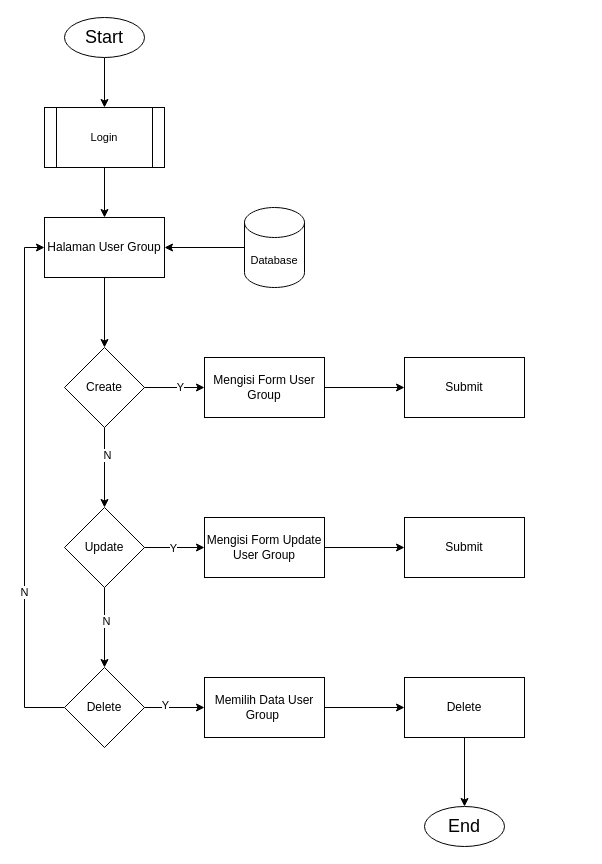
Above: page "Mengelolah Data User Group" (8 of 20) of Sistem Informasi Perpustakaan Terpadu/Diagram Tanpa Judul.drawio in umarshd/dfd-skripsi (draw.io), before the change. Source tidied: cells renumbered, new cells numbered last; positions are measured from the earlier drawing's top-left corner, leaving out a move shared by most shapes. Both pictures are drawn from the tidied source at 100%, with x=0, y=0 at pixel (24, 17).
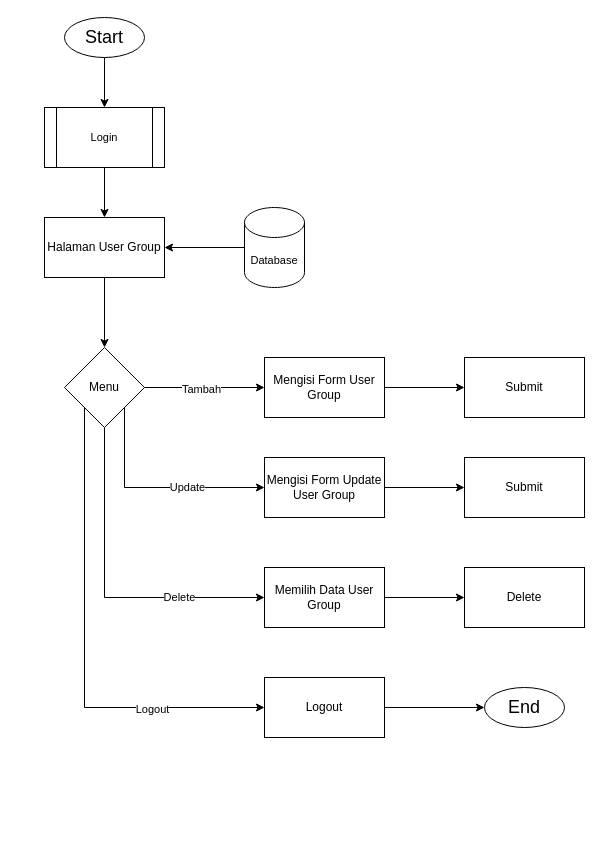
The same page after the edit.

Unchanged cells that the change refers to:
```xml
<mxCell id="5" value="Halaman User Group" style="whiteSpace=wrap;html=1;" parent="1" vertex="1">
  <mxGeometry x="20" y="200" width="120" height="60" as="geometry" />
</mxCell>
<mxCell id="9" style="edgeStyle=orthogonalEdgeStyle;shape=connector;rounded=0;jettySize=auto;html=1;labelBackgroundColor=default;strokeColor=default;fontFamily=Helvetica;fontSize=11;fontColor=default;endArrow=classic;endFill=1;" parent="1" edge="1" source="13" target="15">
  <mxGeometry relative="1" as="geometry" />
</mxCell>
```

Diff of the diagram source:
```diff
@@
     <mxCell id="6" value="&lt;font style=&quot;font-size: 18px;&quot;&gt;End&lt;/font&gt;" style="ellipse;whiteSpace=wrap;html=1;" parent="1" vertex="1">
-      <mxGeometry x="400" y="789" width="80" height="40" as="geometry" />
+      <mxGeometry x="460" y="670" width="80" height="40" as="geometry" />
     </mxCell>
@@
-    <mxCell id="10" value="Y" style="edgeLabel;html=1;align=center;verticalAlign=middle;fontSize=11;fontFamily=Helvetica;fontColor=default;" parent="9" vertex="1">
-      <mxGeometry x="0.15" y="1" relative="1" as="geometry" />
-    </mxCell>
-    <mxCell id="11" style="edgeStyle=orthogonalEdgeStyle;shape=connector;rounded=0;jettySize=auto;html=1;labelBackgroundColor=default;strokeColor=default;fontFamily=Helvetica;fontSize=11;fontColor=default;endArrow=classic;endFill=1;" parent="1" edge="1" source="13" target="21">
-      <mxGeometry relative="1" as="geometry" />
-    </mxCell>
-    <mxCell id="12" value="N" style="edgeLabel;html=1;align=center;verticalAlign=middle;fontSize=11;fontFamily=Helvetica;fontColor=default;" parent="11" vertex="1">
-      <mxGeometry x="-0.32" y="2" relative="1" as="geometry" />
-    </mxCell>
+    <mxCell id="36" value="Tambah" style="edgeLabel;html=1;align=center;verticalAlign=middle;fontSize=11;fontFamily=Helvetica;fontColor=default;" parent="9" vertex="1">
+      <mxGeometry x="-0.06" y="-1" relative="1" as="geometry" />
+    </mxCell>
+    <mxCell id="37" style="edgeStyle=orthogonalEdgeStyle;shape=connector;rounded=0;jettySize=auto;html=1;exitX=1;exitY=1;exitDx=0;exitDy=0;entryX=0;entryY=0.5;entryDx=0;entryDy=0;labelBackgroundColor=default;strokeColor=default;fontFamily=Helvetica;fontSize=11;fontColor=default;endArrow=classic;endFill=1;" parent="1" edge="1" source="13" target="23">
+      <mxGeometry relative="1" as="geometry">
+        <Array as="points">
+          <mxPoint x="100" y="470" />
+        </Array>
+      </mxGeometry>
+    </mxCell>
+    <mxCell id="21" value="Update" style="edgeLabel;html=1;align=center;verticalAlign=middle;points=[];fontSize=11;fontFamily=Helvetica;fontColor=default;" parent="37" vertex="1">
+      <mxGeometry x="0.29" y="1" relative="1" as="geometry" />
+    </mxCell>
+    <mxCell id="38" style="edgeStyle=orthogonalEdgeStyle;shape=connector;rounded=0;jettySize=auto;html=1;entryX=0;entryY=0.5;entryDx=0;entryDy=0;labelBackgroundColor=default;strokeColor=default;fontFamily=Helvetica;fontSize=11;fontColor=default;endArrow=classic;endFill=1;" parent="1" edge="1" source="13" target="31">
+      <mxGeometry relative="1" as="geometry">
+        <Array as="points">
+          <mxPoint x="80" y="580" />
+        </Array>
+      </mxGeometry>
+    </mxCell>
+    <mxCell id="29" value="Delete" style="edgeLabel;html=1;align=center;verticalAlign=middle;points=[];fontSize=11;fontFamily=Helvetica;fontColor=default;" parent="38" vertex="1">
+      <mxGeometry x="0.48" y="1" relative="1" as="geometry" />
+    </mxCell>
+    <mxCell id="39" style="edgeStyle=orthogonalEdgeStyle;shape=connector;rounded=0;jettySize=auto;html=1;exitX=0;exitY=1;exitDx=0;exitDy=0;labelBackgroundColor=default;strokeColor=default;fontFamily=Helvetica;fontSize=11;fontColor=default;endArrow=classic;endFill=1;entryX=0;entryY=0.5;entryDx=0;entryDy=0;" parent="1" edge="1" source="13" target="46">
+      <mxGeometry relative="1" as="geometry">
+        <Array as="points">
+          <mxPoint x="60" y="690" />
+        </Array>
+      </mxGeometry>
+    </mxCell>
+    <mxCell id="40" value="Logout" style="edgeLabel;html=1;align=center;verticalAlign=middle;fontSize=11;fontFamily=Helvetica;fontColor=default;" parent="39" vertex="1">
+      <mxGeometry x="0.53" y="-1" relative="1" as="geometry" />
+    </mxCell>
-    <mxCell id="13" value="Create" style="rhombus;whiteSpace=wrap;html=1;" parent="1" vertex="1">
+    <mxCell id="13" value="Menu" style="rhombus;whiteSpace=wrap;html=1;" parent="1" vertex="1">
       <mxGeometry x="40" y="330" width="80" height="80" as="geometry" />
     </mxCell>
-    <mxCell id="14" style="edgeStyle=orthogonalEdgeStyle;shape=connector;rounded=0;jettySize=auto;html=1;labelBackgroundColor=default;strokeColor=default;fontFamily=Helvetica;fontSize=11;fontColor=default;endArrow=classic;endFill=1;" parent="1" edge="1" source="15" target="16">
-      <mxGeometry relative="1" as="geometry" />
-    </mxCell>
+    <mxCell id="41" style="edgeStyle=orthogonalEdgeStyle;shape=connector;rounded=0;jettySize=auto;html=1;labelBackgroundColor=default;strokeColor=default;fontFamily=Helvetica;fontSize=11;fontColor=default;endArrow=classic;endFill=1;" parent="1" edge="1" source="15" target="42">
+      <mxGeometry relative="1" as="geometry" />
+    </mxCell>
     <mxCell id="15" value="Mengisi Form User Group" style="whiteSpace=wrap;html=1;" parent="1" vertex="1">
-      <mxGeometry x="180" y="340" width="120" height="60" as="geometry" />
+      <mxGeometry x="240" y="340" width="120" height="60" as="geometry" />
     </mxCell>
-    <mxCell id="16" value="Submit" style="whiteSpace=wrap;html=1;" parent="1" vertex="1">
-      <mxGeometry x="380" y="340" width="120" height="60" as="geometry" />
-    </mxCell>
-    <mxCell id="17" style="edgeStyle=orthogonalEdgeStyle;shape=connector;rounded=0;jettySize=auto;html=1;labelBackgroundColor=default;strokeColor=default;fontFamily=Helvetica;fontSize=11;fontColor=default;endArrow=classic;endFill=1;" parent="1" edge="1" source="21" target="23">
-      <mxGeometry relative="1" as="geometry" />
-    </mxCell>
-    <mxCell id="18" value="Y" style="edgeLabel;html=1;align=center;verticalAlign=middle;fontSize=11;fontFamily=Helvetica;fontColor=default;" parent="17" vertex="1">
-      <mxGeometry x="-0.08" relative="1" as="geometry" />
-    </mxCell>
-    <mxCell id="19" style="edgeStyle=orthogonalEdgeStyle;shape=connector;rounded=0;jettySize=auto;html=1;labelBackgroundColor=default;strokeColor=default;fontFamily=Helvetica;fontSize=11;fontColor=default;endArrow=classic;endFill=1;" parent="1" edge="1" source="21" target="29">
-      <mxGeometry relative="1" as="geometry" />
-    </mxCell>
-    <mxCell id="20" value="N" style="edgeLabel;html=1;align=center;verticalAlign=middle;fontSize=11;fontFamily=Helvetica;fontColor=default;" parent="19" vertex="1">
-      <mxGeometry x="-0.18" y="1" relative="1" as="geometry" />
-    </mxCell>
-    <mxCell id="21" value="Update" style="rhombus;whiteSpace=wrap;html=1;" parent="1" vertex="1">
-      <mxGeometry x="40" y="490" width="80" height="80" as="geometry" />
-    </mxCell>
-    <mxCell id="22" style="edgeStyle=orthogonalEdgeStyle;shape=connector;rounded=0;jettySize=auto;html=1;labelBackgroundColor=default;strokeColor=default;fontFamily=Helvetica;fontSize=11;fontColor=default;endArrow=classic;endFill=1;" parent="1" edge="1" source="23" target="24">
-      <mxGeometry relative="1" as="geometry" />
-    </mxCell>
+    <mxCell id="34" style="edgeStyle=orthogonalEdgeStyle;shape=connector;rounded=0;jettySize=auto;html=1;entryX=1;entryY=0.5;entryDx=0;entryDy=0;labelBackgroundColor=default;strokeColor=default;fontFamily=Helvetica;fontSize=11;fontColor=default;endArrow=classic;endFill=1;" parent="1" edge="1" source="35" target="5">
+      <mxGeometry relative="1" as="geometry" />
+    </mxCell>
+    <mxCell id="35" value="Database" style="shape=cylinder3;whiteSpace=wrap;html=1;boundedLbl=1;backgroundOutline=1;size=15;fontFamily=Helvetica;fontSize=11;fontColor=default;" parent="1" vertex="1">
+      <mxGeometry x="220" y="190" width="60" height="80" as="geometry" />
+    </mxCell>
+    <mxCell id="42" value="Submit" style="whiteSpace=wrap;html=1;" parent="1" vertex="1">
+      <mxGeometry x="440" y="340" width="120" height="60" as="geometry" />
+    </mxCell>
+    <mxCell id="43" style="edgeStyle=orthogonalEdgeStyle;shape=connector;rounded=0;jettySize=auto;html=1;labelBackgroundColor=default;strokeColor=default;fontFamily=Helvetica;fontSize=11;fontColor=default;endArrow=classic;endFill=1;" parent="1" edge="1" source="23" target="44">
+      <mxGeometry relative="1" as="geometry" />
+    </mxCell>
     <mxCell id="23" value="Mengisi Form Update User Group" style="whiteSpace=wrap;html=1;" parent="1" vertex="1">
-      <mxGeometry x="180" y="500" width="120" height="60" as="geometry" />
+      <mxGeometry x="240" y="440" width="120" height="60" as="geometry" />
     </mxCell>
-    <mxCell id="24" value="Submit" style="whiteSpace=wrap;html=1;" parent="1" vertex="1">
-      <mxGeometry x="380" y="500" width="120" height="60" as="geometry" />
-    </mxCell>
-    <mxCell id="25" style="edgeStyle=orthogonalEdgeStyle;shape=connector;rounded=0;jettySize=auto;html=1;entryX=0;entryY=0.5;entryDx=0;entryDy=0;labelBackgroundColor=default;strokeColor=default;fontFamily=Helvetica;fontSize=11;fontColor=default;endArrow=classic;endFill=1;" parent="1" edge="1" source="29" target="5">
-      <mxGeometry relative="1" as="geometry">
-        <Array as="points">
-          <mxPoint y="690" />
-          <mxPoint y="230" />
-        </Array>
-      </mxGeometry>
-    </mxCell>
-    <mxCell id="26" value="N" style="edgeLabel;html=1;align=center;verticalAlign=middle;fontSize=11;fontFamily=Helvetica;fontColor=default;" parent="25" vertex="1">
-      <mxGeometry x="-0.4" y="1" relative="1" as="geometry" />
-    </mxCell>
-    <mxCell id="27" style="edgeStyle=orthogonalEdgeStyle;shape=connector;rounded=0;jettySize=auto;html=1;labelBackgroundColor=default;strokeColor=default;fontFamily=Helvetica;fontSize=11;fontColor=default;endArrow=classic;endFill=1;" parent="1" edge="1" source="29" target="31">
-      <mxGeometry relative="1" as="geometry" />
-    </mxCell>
-    <mxCell id="28" value="Y" style="edgeLabel;html=1;align=center;verticalAlign=middle;fontSize=11;fontFamily=Helvetica;fontColor=default;" parent="27" vertex="1">
-      <mxGeometry x="-0.32" y="3" relative="1" as="geometry" />
-    </mxCell>
-    <mxCell id="29" value="Delete" style="rhombus;whiteSpace=wrap;html=1;" parent="1" vertex="1">
-      <mxGeometry x="40" y="650" width="80" height="80" as="geometry" />
-    </mxCell>
+    <mxCell id="44" value="Submit" style="whiteSpace=wrap;html=1;" parent="1" vertex="1">
+      <mxGeometry x="440" y="440" width="120" height="60" as="geometry" />
+    </mxCell>
@@
-    <mxCell id="31" value="Memilih Data User Group&amp;nbsp;" style="whiteSpace=wrap;html=1;" parent="1" vertex="1">
-      <mxGeometry x="180" y="660" width="120" height="60" as="geometry" />
+    <mxCell id="31" value="Memilih Data User Group" style="whiteSpace=wrap;html=1;" parent="1" vertex="1">
+      <mxGeometry x="240" y="550" width="120" height="60" as="geometry" />
     </mxCell>
-    <mxCell id="32" style="edgeStyle=orthogonalEdgeStyle;shape=connector;rounded=0;jettySize=auto;html=1;labelBackgroundColor=default;strokeColor=default;fontFamily=Helvetica;fontSize=11;fontColor=default;endArrow=classic;endFill=1;" parent="1" edge="1" source="33" target="6">
-      <mxGeometry relative="1" as="geometry" />
-    </mxCell>
     <mxCell id="33" value="Delete" style="whiteSpace=wrap;html=1;" parent="1" vertex="1">
-      <mxGeometry x="380" y="660" width="120" height="60" as="geometry" />
+      <mxGeometry x="440" y="550" width="120" height="60" as="geometry" />
     </mxCell>
-    <mxCell id="34" style="edgeStyle=orthogonalEdgeStyle;shape=connector;rounded=0;jettySize=auto;html=1;entryX=1;entryY=0.5;entryDx=0;entryDy=0;labelBackgroundColor=default;strokeColor=default;fontFamily=Helvetica;fontSize=11;fontColor=default;endArrow=classic;endFill=1;" parent="1" edge="1" source="35" target="5">
-      <mxGeometry relative="1" as="geometry" />
-    </mxCell>
-    <mxCell id="35" value="Database" style="shape=cylinder3;whiteSpace=wrap;html=1;boundedLbl=1;backgroundOutline=1;size=15;fontFamily=Helvetica;fontSize=11;fontColor=default;" parent="1" vertex="1">
-      <mxGeometry x="220" y="190" width="60" height="80" as="geometry" />
-    </mxCell>
+    <mxCell id="45" style="edgeStyle=orthogonalEdgeStyle;shape=connector;rounded=0;jettySize=auto;html=1;labelBackgroundColor=default;strokeColor=default;fontFamily=Helvetica;fontSize=11;fontColor=default;endArrow=classic;endFill=1;" parent="1" edge="1" source="46" target="6">
+      <mxGeometry relative="1" as="geometry" />
+    </mxCell>
+    <mxCell id="46" value="Logout" style="whiteSpace=wrap;html=1;" parent="1" vertex="1">
+      <mxGeometry x="240" y="660" width="120" height="60" as="geometry" />
+    </mxCell>
```
